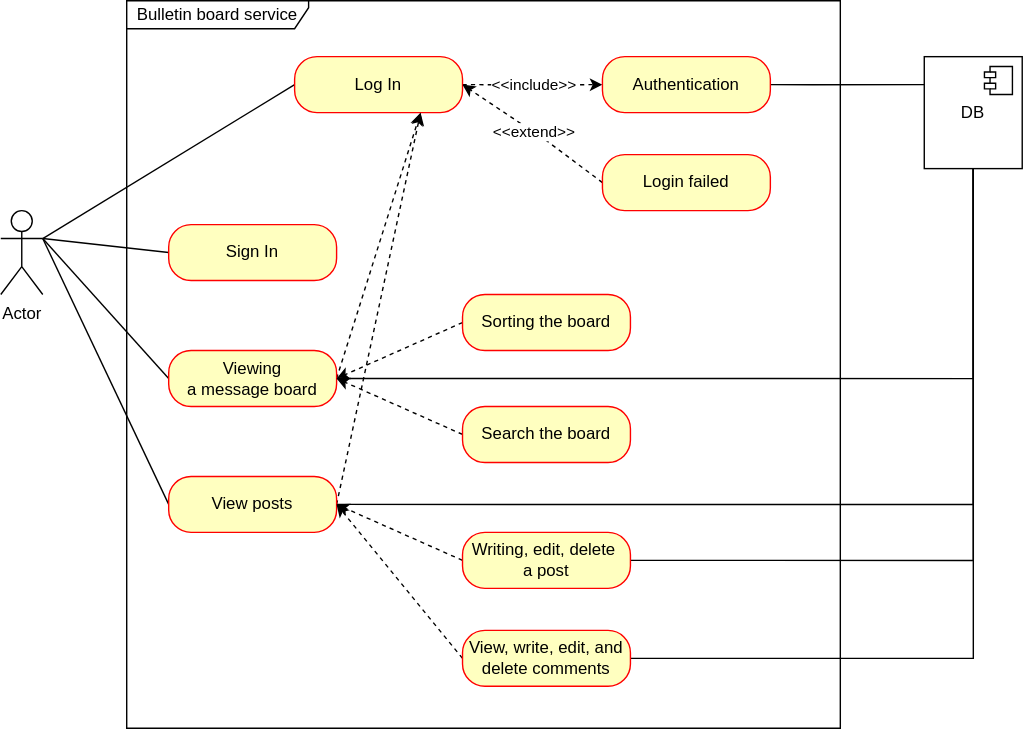
myprinciples40/MyPortfolio keeps this draw.io diagram as folder/projects/Course Project/Bulletin board service/document/use-case.svg. Above is the earlier version. Source tidied: cells renumbered, new cells last; positions are measured from the earlier drawing's top-left corner, leaving out a move shared by most shapes.
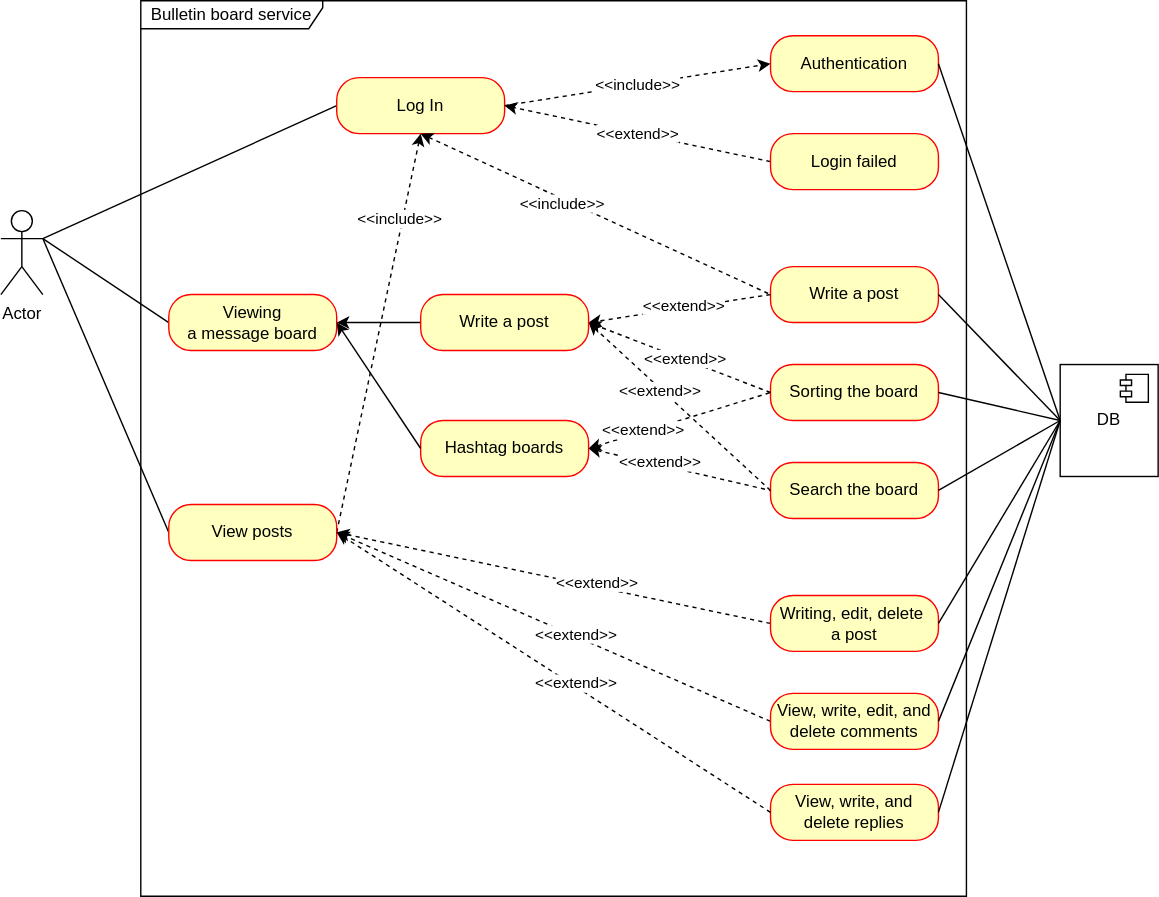
Later version of the same file.

Commit message:
#63-[Advanced] Refactoring before starting a project - 2

The edit, as a diff of the source:
```diff
@@ -3,117 +3,161 @@
     <mxCell id="0" />
     <mxCell id="1" parent="0" />
     <mxCell id="2" value="Actor" style="shape=umlActor;verticalLabelPosition=bottom;verticalAlign=top;html=1;" parent="1" vertex="1">
-      <mxGeometry y="150" width="30" height="60" as="geometry" />
+      <mxGeometry x="-40" y="150" width="30" height="60" as="geometry" />
     </mxCell>
     <mxCell id="3" value="Bulletin board service" style="shape=umlFrame;whiteSpace=wrap;html=1;width=130;height=20;" parent="1" vertex="1">
-      <mxGeometry x="90" width="510" height="520" as="geometry" />
+      <mxGeometry x="60" width="590" height="640" as="geometry" />
     </mxCell>
-    <mxCell id="4" style="rounded=0;jettySize=auto;html=1;exitX=0;exitY=0.5;exitDx=0;exitDy=0;startArrow=none;startFill=0;endArrow=none;endFill=0;entryX=1;entryY=0.3333333333333333;entryDx=0;entryDy=0;entryPerimeter=0;" parent="1" edge="1" source="5" target="2">
-      <mxGeometry relative="1" as="geometry" />
-    </mxCell>
-    <mxCell id="5" value="Sign In" style="rounded=1;whiteSpace=wrap;html=1;arcSize=40;fontColor=#000000;fillColor=#ffffc0;strokeColor=#ff0000;" parent="1" vertex="1">
-      <mxGeometry x="120" y="160" width="120" height="40" as="geometry" />
-    </mxCell>
     <mxCell id="6" style="rounded=0;jettySize=auto;html=1;exitX=0;exitY=0.5;exitDx=0;exitDy=0;endArrow=none;endFill=0;entryX=1;entryY=0.3333333333333333;entryDx=0;entryDy=0;entryPerimeter=0;" parent="1" edge="1" source="8" target="2">
       <mxGeometry relative="1" as="geometry" />
     </mxCell>
-    <mxCell id="7" value="&amp;lt;&amp;lt;include&amp;gt;&amp;gt;" style="edgeStyle=orthogonalEdgeStyle;rounded=0;jettySize=auto;html=1;exitX=1;exitY=0.5;exitDx=0;exitDy=0;entryX=0;entryY=0.5;entryDx=0;entryDy=0;endArrow=classic;endFill=1;dashed=1;" parent="1" edge="1" source="8" target="18">
-      <mxGeometry relative="1" as="geometry">
-        <Array as="points">
-          <mxPoint x="380" y="60" />
-          <mxPoint x="380" y="60" />
-        </Array>
-      </mxGeometry>
-    </mxCell>
     <mxCell id="8" value="Log In" style="rounded=1;whiteSpace=wrap;html=1;arcSize=40;fontColor=#000000;fillColor=#ffffc0;strokeColor=#ff0000;" parent="1" vertex="1">
-      <mxGeometry x="210" y="40" width="120" height="40" as="geometry" />
+      <mxGeometry x="200" y="55" width="120" height="40" as="geometry" />
     </mxCell>
     <mxCell id="9" style="rounded=0;jettySize=auto;html=1;exitX=0;exitY=0.5;exitDx=0;exitDy=0;entryX=1;entryY=0.3333333333333333;entryDx=0;entryDy=0;entryPerimeter=0;endArrow=none;endFill=0;" parent="1" edge="1" source="12" target="2">
       <mxGeometry relative="1" as="geometry" />
     </mxCell>
-    <mxCell id="10" style="rounded=0;jettySize=auto;html=1;exitX=1;exitY=0.5;exitDx=0;exitDy=0;entryX=0.75;entryY=1;entryDx=0;entryDy=0;dashed=1;" parent="1" edge="1" source="12" target="8">
-      <mxGeometry relative="1" as="geometry" />
-    </mxCell>
-    <mxCell id="11" style="edgeStyle=orthogonalEdgeStyle;rounded=0;jettySize=auto;html=1;exitX=1;exitY=0.5;exitDx=0;exitDy=0;entryX=0.5;entryY=1;entryDx=0;entryDy=0;endArrow=none;endFill=0;" parent="1" edge="1" source="12" target="31">
-      <mxGeometry relative="1" as="geometry" />
-    </mxCell>
     <mxCell id="12" value="Viewing &lt;br&gt;a message board" style="rounded=1;whiteSpace=wrap;html=1;arcSize=40;fontColor=#000000;fillColor=#ffffc0;strokeColor=#ff0000;" parent="1" vertex="1">
-      <mxGeometry x="120" y="250" width="120" height="40" as="geometry" />
+      <mxGeometry x="80" y="210" width="120" height="40" as="geometry" />
     </mxCell>
     <mxCell id="13" style="rounded=0;jettySize=auto;html=1;exitX=0;exitY=0.5;exitDx=0;exitDy=0;entryX=1;entryY=0.3333333333333333;entryDx=0;entryDy=0;entryPerimeter=0;endArrow=none;endFill=0;" parent="1" edge="1" source="16" target="2">
       <mxGeometry relative="1" as="geometry" />
     </mxCell>
-    <mxCell id="14" style="rounded=0;jettySize=auto;html=1;exitX=1;exitY=0.5;exitDx=0;exitDy=0;entryX=0.75;entryY=1;entryDx=0;entryDy=0;dashed=1;" parent="1" edge="1" source="16" target="8">
+    <mxCell id="14" style="rounded=0;jettySize=auto;html=1;exitX=1;exitY=0.5;exitDx=0;exitDy=0;dashed=1;entryX=0.5;entryY=1;entryDx=0;entryDy=0;" parent="1" edge="1" source="16" target="8">
       <mxGeometry relative="1" as="geometry" />
     </mxCell>
-    <mxCell id="15" style="edgeStyle=orthogonalEdgeStyle;rounded=0;jettySize=auto;html=1;exitX=1;exitY=0.5;exitDx=0;exitDy=0;entryX=0.5;entryY=1;entryDx=0;entryDy=0;endArrow=none;endFill=0;" parent="1" edge="1" source="16" target="31">
-      <mxGeometry relative="1" as="geometry" />
-    </mxCell>
+    <mxCell id="33" value="&amp;lt;&amp;lt;include&amp;gt;&amp;gt;" style="edgeLabel;html=1;align=center;verticalAlign=middle;" parent="14" vertex="1">
+      <mxGeometry x="0.57" y="3" relative="1" as="geometry" />
+    </mxCell>
     <mxCell id="16" value="View posts" style="rounded=1;whiteSpace=wrap;html=1;arcSize=40;fontColor=#000000;fillColor=#ffffc0;strokeColor=#ff0000;" parent="1" vertex="1">
-      <mxGeometry x="120" y="340" width="120" height="40" as="geometry" />
+      <mxGeometry x="80" y="360" width="120" height="40" as="geometry" />
     </mxCell>
-    <mxCell id="17" style="edgeStyle=orthogonalEdgeStyle;rounded=0;jettySize=auto;html=1;exitX=1;exitY=0.5;exitDx=0;exitDy=0;entryX=0;entryY=0.25;entryDx=0;entryDy=0;endArrow=none;endFill=0;" parent="1" edge="1" source="18" target="31">
-      <mxGeometry relative="1" as="geometry">
-        <Array as="points">
-          <mxPoint x="580" y="60" />
-          <mxPoint x="580" y="60" />
-        </Array>
-      </mxGeometry>
-    </mxCell>
     <mxCell id="18" value="Authentication" style="rounded=1;whiteSpace=wrap;html=1;arcSize=40;fontColor=#000000;fillColor=#ffffc0;strokeColor=#ff0000;" parent="1" vertex="1">
-      <mxGeometry x="430" y="40" width="120" height="40" as="geometry" />
+      <mxGeometry x="510" y="25" width="120" height="40" as="geometry" />
     </mxCell>
     <mxCell id="19" value="&amp;lt;&amp;lt;extend&amp;gt;&amp;gt;" style="rounded=0;jettySize=auto;html=1;exitX=0;exitY=0.5;exitDx=0;exitDy=0;entryX=1;entryY=0.5;entryDx=0;entryDy=0;dashed=1;endArrow=classic;endFill=1;" parent="1" edge="1" source="20" target="8">
-      <mxGeometry relative="1" as="geometry">
-        <Array as="points">
-          <mxPoint x="390" y="100" />
-        </Array>
-      </mxGeometry>
+      <mxGeometry relative="1" as="geometry" />
     </mxCell>
     <mxCell id="20" value="Login failed" style="rounded=1;whiteSpace=wrap;html=1;arcSize=40;fontColor=#000000;fillColor=#ffffc0;strokeColor=#ff0000;" parent="1" vertex="1">
-      <mxGeometry x="430" y="110" width="120" height="40" as="geometry" />
+      <mxGeometry x="510" y="95" width="120" height="40" as="geometry" />
     </mxCell>
-    <mxCell id="21" style="rounded=0;jettySize=auto;html=1;entryX=1;entryY=0.5;entryDx=0;entryDy=0;dashed=1;" parent="1" edge="1" target="12">
-      <mxGeometry relative="1" as="geometry">
-        <mxPoint x="330" y="230" as="sourcePoint" />
-      </mxGeometry>
-    </mxCell>
     <mxCell id="22" value="Sorting the board" style="rounded=1;whiteSpace=wrap;html=1;arcSize=40;fontColor=#000000;fillColor=#ffffc0;strokeColor=#ff0000;" parent="1" vertex="1">
-      <mxGeometry x="330" y="210" width="120" height="40" as="geometry" />
+      <mxGeometry x="510" y="260" width="120" height="40" as="geometry" />
     </mxCell>
-    <mxCell id="23" style="rounded=0;jettySize=auto;html=1;exitX=0;exitY=0.5;exitDx=0;exitDy=0;dashed=1;" parent="1" edge="1" source="24">
-      <mxGeometry relative="1" as="geometry">
-        <mxPoint x="240" y="270" as="targetPoint" />
-      </mxGeometry>
+    <mxCell id="23" style="rounded=0;jettySize=auto;html=1;exitX=0;exitY=0.5;exitDx=0;exitDy=0;dashed=1;entryX=1;entryY=0.5;entryDx=0;entryDy=0;" parent="1" edge="1" source="24" target="45">
+      <mxGeometry relative="1" as="geometry" />
     </mxCell>
+    <mxCell id="34" value="&amp;lt;&amp;lt;extend&amp;gt;&amp;gt;" style="edgeLabel;html=1;align=center;verticalAlign=middle;" parent="23" vertex="1">
+      <mxGeometry x="0.21" y="2" relative="1" as="geometry" />
+    </mxCell>
     <mxCell id="24" value="Search the board" style="rounded=1;whiteSpace=wrap;html=1;arcSize=40;fontColor=#000000;fillColor=#ffffc0;strokeColor=#ff0000;" parent="1" vertex="1">
-      <mxGeometry x="330" y="290" width="120" height="40" as="geometry" />
+      <mxGeometry x="510" y="330" width="120" height="40" as="geometry" />
     </mxCell>
     <mxCell id="25" style="rounded=0;jettySize=auto;html=1;exitX=0;exitY=0.5;exitDx=0;exitDy=0;entryX=1;entryY=0.5;entryDx=0;entryDy=0;dashed=1;" parent="1" edge="1" source="27" target="16">
       <mxGeometry relative="1" as="geometry" />
     </mxCell>
-    <mxCell id="26" style="edgeStyle=orthogonalEdgeStyle;rounded=0;jettySize=auto;html=1;exitX=1;exitY=0.5;exitDx=0;exitDy=0;entryX=0.5;entryY=1;entryDx=0;entryDy=0;endArrow=none;endFill=0;" parent="1" edge="1" source="27" target="31">
-      <mxGeometry relative="1" as="geometry" />
-    </mxCell>
+    <mxCell id="35" value="&amp;lt;&amp;lt;extend&amp;gt;&amp;gt;" style="edgeLabel;html=1;align=center;verticalAlign=middle;" parent="25" vertex="1">
+      <mxGeometry x="-0.19" y="-3" relative="1" as="geometry" />
+    </mxCell>
     <mxCell id="27" value="&lt;div&gt;Writing, e&lt;span style=&quot;background-color: initial;&quot;&gt;dit, delete&amp;nbsp;&lt;/span&gt;&lt;/div&gt;a post" style="rounded=1;whiteSpace=wrap;html=1;arcSize=40;fontColor=#000000;fillColor=#ffffc0;strokeColor=#ff0000;" parent="1" vertex="1">
-      <mxGeometry x="330" y="380" width="120" height="40" as="geometry" />
+      <mxGeometry x="510" y="425" width="120" height="40" as="geometry" />
     </mxCell>
     <mxCell id="28" style="rounded=0;jettySize=auto;html=1;exitX=0;exitY=0.5;exitDx=0;exitDy=0;dashed=1;entryX=1;entryY=0.5;entryDx=0;entryDy=0;" parent="1" edge="1" source="30" target="16">
       <mxGeometry relative="1" as="geometry" />
     </mxCell>
-    <mxCell id="29" style="edgeStyle=orthogonalEdgeStyle;rounded=0;jettySize=auto;html=1;exitX=1;exitY=0.5;exitDx=0;exitDy=0;entryX=0.5;entryY=1;entryDx=0;entryDy=0;endArrow=none;endFill=0;" parent="1" edge="1" source="30" target="31">
-      <mxGeometry relative="1" as="geometry" />
-    </mxCell>
+    <mxCell id="36" value="&amp;lt;&amp;lt;extend&amp;gt;&amp;gt;" style="edgeLabel;html=1;align=center;verticalAlign=middle;" parent="28" vertex="1">
+      <mxGeometry x="-0.1" y="-2" relative="1" as="geometry" />
+    </mxCell>
     <mxCell id="30" value="View, write, edit, and delete comments" style="rounded=1;whiteSpace=wrap;html=1;arcSize=40;fontColor=#000000;fillColor=#ffffc0;strokeColor=#ff0000;" parent="1" vertex="1">
-      <mxGeometry x="330" y="450" width="120" height="40" as="geometry" />
+      <mxGeometry x="510" y="495" width="120" height="40" as="geometry" />
     </mxCell>
     <mxCell id="31" value="DB" style="html=1;whiteSpace=wrap;" parent="1" vertex="1">
-      <mxGeometry x="660" y="40" width="70" height="80" as="geometry" />
+      <mxGeometry x="717" y="260" width="70" height="80" as="geometry" />
     </mxCell>
     <mxCell id="32" style="shape=module;jettyWidth=8;jettyHeight=4;" parent="31" vertex="1">
       <mxGeometry x="1" width="20" height="20" relative="1" as="geometry">
         <mxPoint x="-27" y="7" as="offset" />
       </mxGeometry>
     </mxCell>
+    <mxCell id="37" value="Write a post" style="rounded=1;whiteSpace=wrap;html=1;arcSize=40;fontColor=#000000;fillColor=#ffffc0;strokeColor=#ff0000;" parent="1" vertex="1">
+      <mxGeometry x="510" y="190" width="120" height="40" as="geometry" />
+    </mxCell>
+    <mxCell id="38" style="rounded=0;jettySize=auto;html=1;exitX=0;exitY=0.5;exitDx=0;exitDy=0;dashed=1;entryX=1;entryY=0.5;entryDx=0;entryDy=0;" parent="1" edge="1" source="37" target="45">
+      <mxGeometry relative="1" as="geometry" />
+    </mxCell>
+    <mxCell id="39" value="&amp;lt;&amp;lt;extend&amp;gt;&amp;gt;" style="edgeLabel;html=1;align=center;verticalAlign=middle;" parent="38" vertex="1">
+      <mxGeometry x="-0.04" y="-2" relative="1" as="geometry" />
+    </mxCell>
+    <mxCell id="40" style="rounded=0;jettySize=auto;html=1;exitX=0;exitY=0.5;exitDx=0;exitDy=0;entryX=1;entryY=0.5;entryDx=0;entryDy=0;" parent="1" edge="1" source="45" target="12">
+      <mxGeometry relative="1" as="geometry" />
+    </mxCell>
+    <mxCell id="7" value="&amp;lt;&amp;lt;include&amp;gt;&amp;gt;" style="rounded=0;jettySize=auto;html=1;exitX=1;exitY=0.5;exitDx=0;exitDy=0;entryX=0;entryY=0.5;entryDx=0;entryDy=0;dashed=1;endArrow=classic;endFill=1;" parent="1" edge="1" source="8" target="18">
+      <mxGeometry relative="1" as="geometry" />
+    </mxCell>
+    <mxCell id="41" style="endArrow=none;dashed=1;html=1;rounded=0;exitX=0.5;exitY=1;exitDx=0;exitDy=0;startArrow=classic;startFill=1;entryX=0;entryY=0.5;entryDx=0;entryDy=0;" parent="1" edge="1" source="8" target="37">
+      <mxGeometry relative="1" as="geometry" />
+    </mxCell>
+    <mxCell id="42" value="&amp;lt;&amp;lt;include&amp;gt;&amp;gt;" style="edgeLabel;html=1;align=center;verticalAlign=middle;" parent="41" vertex="1">
+      <mxGeometry x="-0.18" y="-3" relative="1" as="geometry" />
+    </mxCell>
+    <mxCell id="43" style="rounded=0;jettySize=auto;html=1;exitX=0;exitY=0.5;exitDx=0;exitDy=0;dashed=1;entryX=1;entryY=0.5;entryDx=0;entryDy=0;" parent="1" edge="1" source="22" target="45">
+      <mxGeometry relative="1" as="geometry" />
+    </mxCell>
+    <mxCell id="44" value="&amp;lt;&amp;lt;extend&amp;gt;&amp;gt;" style="edgeLabel;html=1;align=center;verticalAlign=middle;" parent="43" vertex="1">
+      <mxGeometry x="-0.05" y="-1" relative="1" as="geometry" />
+    </mxCell>
+    <mxCell id="45" value="Write a post" style="rounded=1;whiteSpace=wrap;html=1;arcSize=40;fontColor=#000000;fillColor=#ffffc0;strokeColor=#ff0000;" parent="1" vertex="1">
+      <mxGeometry x="260" y="210" width="120" height="40" as="geometry" />
+    </mxCell>
+    <mxCell id="46" value="Hashtag boards" style="rounded=1;whiteSpace=wrap;html=1;arcSize=40;fontColor=#000000;fillColor=#ffffc0;strokeColor=#ff0000;" parent="1" vertex="1">
+      <mxGeometry x="260" y="300" width="120" height="40" as="geometry" />
+    </mxCell>
+    <mxCell id="47" style="endArrow=classic;html=1;rounded=0;exitX=0;exitY=0.5;exitDx=0;exitDy=0;entryX=1;entryY=0.5;entryDx=0;entryDy=0;" parent="1" edge="1" source="46" target="12">
+      <mxGeometry relative="1" as="geometry" />
+    </mxCell>
+    <mxCell id="48" style="endArrow=none;dashed=1;html=1;rounded=0;startArrow=classic;startFill=1;exitX=1;exitY=0.5;exitDx=0;exitDy=0;entryX=0;entryY=0.5;entryDx=0;entryDy=0;" parent="1" edge="1" source="46" target="22">
+      <mxGeometry relative="1" as="geometry" />
+    </mxCell>
+    <mxCell id="49" value="&amp;lt;&amp;lt;extend&amp;gt;&amp;gt;" style="edgeLabel;html=1;align=center;verticalAlign=middle;" parent="48" vertex="1">
+      <mxGeometry x="-0.4" y="1" relative="1" as="geometry" />
+    </mxCell>
+    <mxCell id="50" style="endArrow=none;dashed=1;html=1;rounded=0;startArrow=classic;startFill=1;entryX=0;entryY=0.5;entryDx=0;entryDy=0;exitX=1;exitY=0.5;exitDx=0;exitDy=0;" parent="1" edge="1" source="46" target="24">
+      <mxGeometry relative="1" as="geometry" />
+    </mxCell>
+    <mxCell id="51" value="&amp;lt;&amp;lt;extend&amp;gt;&amp;gt;" style="edgeLabel;html=1;align=center;verticalAlign=middle;" parent="50" vertex="1">
+      <mxGeometry x="-0.42" y="1" relative="1" as="geometry">
+        <mxPoint x="12" y="2" as="offset" />
+      </mxGeometry>
+    </mxCell>
+    <mxCell id="52" value="View, write, and delete replies" style="rounded=1;whiteSpace=wrap;html=1;arcSize=40;fontColor=#000000;fillColor=#ffffc0;strokeColor=#ff0000;" parent="1" vertex="1">
+      <mxGeometry x="510" y="560" width="120" height="40" as="geometry" />
+    </mxCell>
+    <mxCell id="53" style="rounded=0;jettySize=auto;html=1;exitX=0;exitY=0.5;exitDx=0;exitDy=0;dashed=1;entryX=1;entryY=0.5;entryDx=0;entryDy=0;" parent="1" edge="1" source="52" target="16">
+      <mxGeometry relative="1" as="geometry" />
+    </mxCell>
+    <mxCell id="54" value="&amp;lt;&amp;lt;extend&amp;gt;&amp;gt;" style="edgeLabel;html=1;align=center;verticalAlign=middle;" parent="53" vertex="1">
+      <mxGeometry x="-0.1" y="-2" relative="1" as="geometry" />
+    </mxCell>
+    <mxCell id="55" style="endArrow=none;html=1;rounded=0;entryX=0;entryY=0.5;entryDx=0;entryDy=0;exitX=1;exitY=0.5;exitDx=0;exitDy=0;" parent="1" edge="1" source="52" target="31">
+      <mxGeometry relative="1" as="geometry" />
+    </mxCell>
+    <mxCell id="29" style="endArrow=none;html=1;rounded=0;entryX=0;entryY=0.5;entryDx=0;entryDy=0;exitX=1;exitY=0.5;exitDx=0;exitDy=0;" parent="1" edge="1" source="30" target="31">
+      <mxGeometry relative="1" as="geometry" />
+    </mxCell>
+    <mxCell id="56" style="endArrow=none;html=1;rounded=0;entryX=0;entryY=0.5;entryDx=0;entryDy=0;exitX=1;exitY=0.5;exitDx=0;exitDy=0;" parent="1" edge="1" source="24" target="31">
+      <mxGeometry relative="1" as="geometry" />
+    </mxCell>
+    <mxCell id="57" style="endArrow=none;html=1;rounded=0;entryX=0;entryY=0.5;entryDx=0;entryDy=0;exitX=1;exitY=0.5;exitDx=0;exitDy=0;" parent="1" edge="1" source="37" target="31">
+      <mxGeometry relative="1" as="geometry" />
+    </mxCell>
+    <mxCell id="58" style="endArrow=none;html=1;rounded=0;entryX=0;entryY=0.5;entryDx=0;entryDy=0;exitX=1;exitY=0.5;exitDx=0;exitDy=0;" parent="1" edge="1" source="22" target="31">
+      <mxGeometry relative="1" as="geometry" />
+    </mxCell>
+    <mxCell id="26" style="endArrow=none;html=1;rounded=0;entryX=0;entryY=0.5;entryDx=0;entryDy=0;exitX=1;exitY=0.5;exitDx=0;exitDy=0;" parent="1" edge="1" source="27" target="31">
+      <mxGeometry relative="1" as="geometry" />
+    </mxCell>
+    <mxCell id="17" style="endArrow=none;html=1;rounded=0;entryX=0;entryY=0.5;entryDx=0;entryDy=0;exitX=1;exitY=0.5;exitDx=0;exitDy=0;" parent="1" edge="1" source="18" target="31">
+      <mxGeometry relative="1" as="geometry" />
+    </mxCell>
   </root>
 </mxGraphModel>
```
